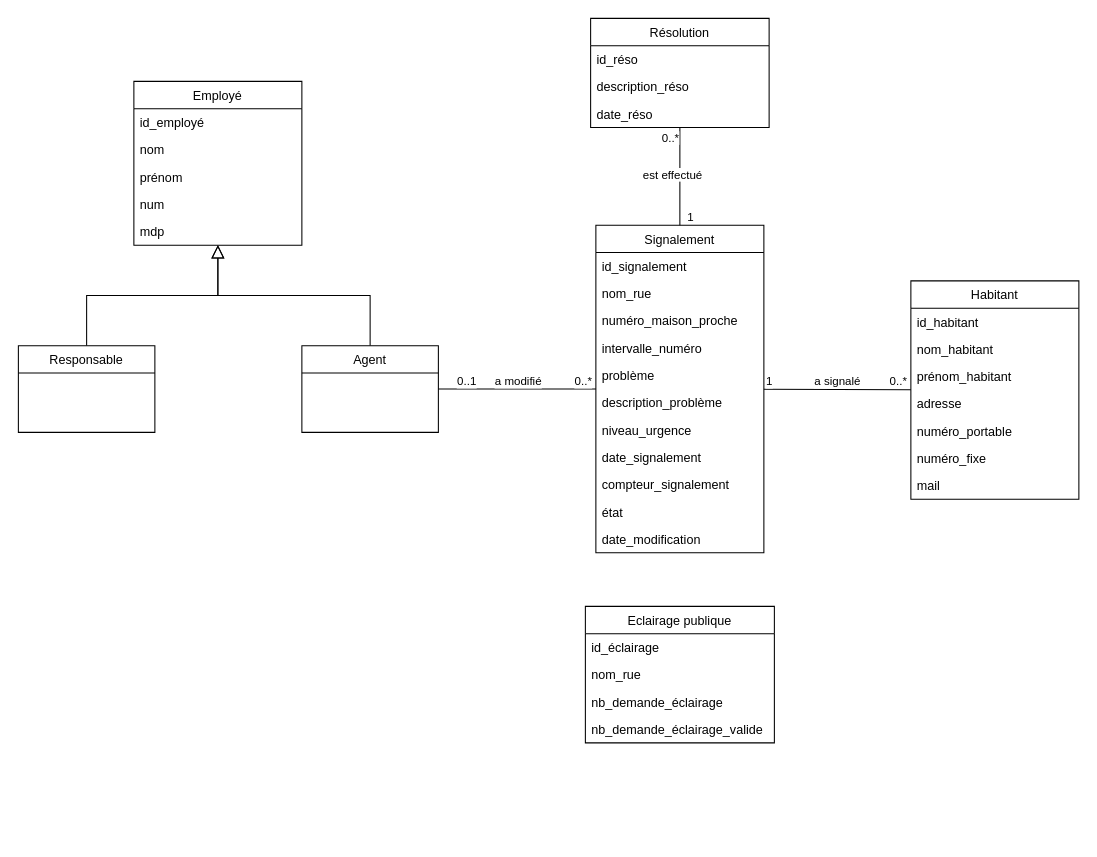
Igniiis/CSI_Projet keeps this draw.io diagram as projet_v3.drawio. Above is the earlier version. Source tidied: cells renumbered, new cells numbered last; positions are measured from the earlier drawing's top-left corner, leaving out a move shared by most shapes. Both pictures are drawn from the tidied source at 105%, with x=0, y=0 at pixel (18, 18).
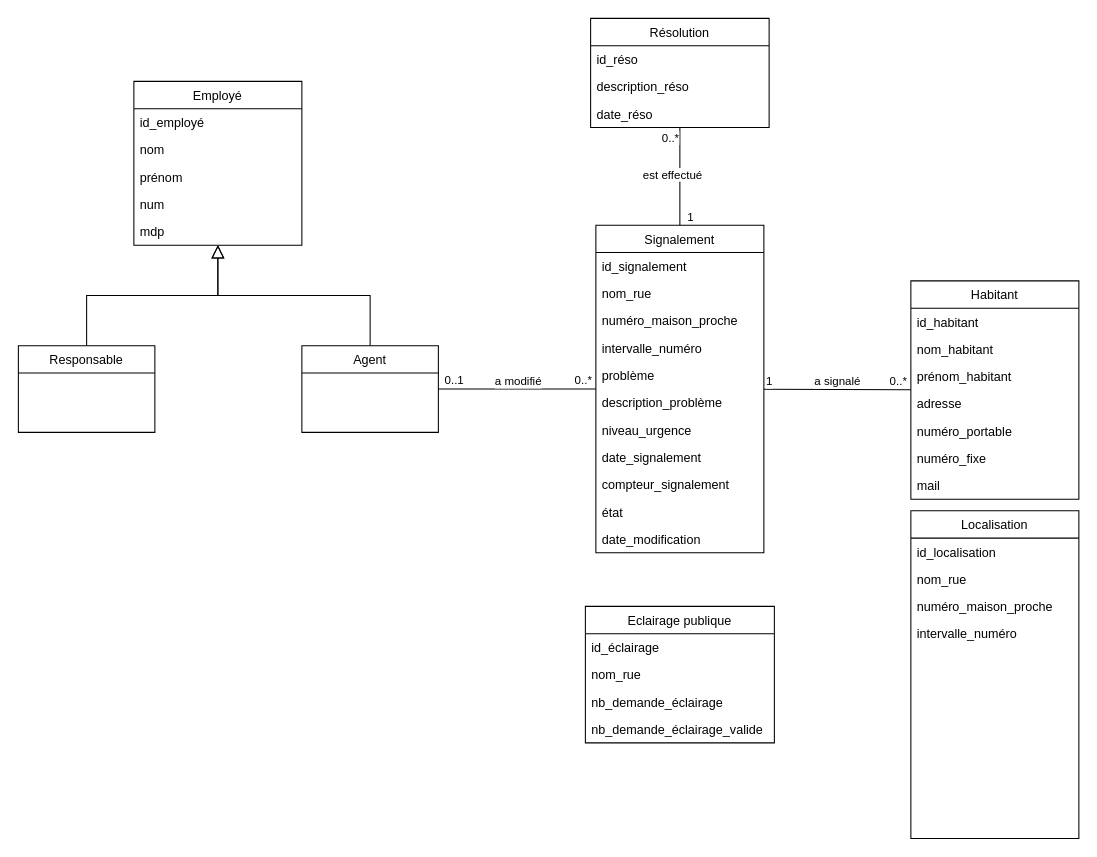
The same page after the edit.

Commit message:
Mettre à jour projet_v3.drawio

Unchanged cells that the change refers to:
```xml
<mxCell id="33" style="endArrow=none;html=1;rounded=0;" parent="1" edge="1" source="23" target="3">
  <mxGeometry relative="1" as="geometry" />
</mxCell>
```

The edit, as a diff of the source:
```diff
@@
     <mxCell id="34" value="0..1" style="edgeLabel;html=1;align=center;verticalAlign=middle;" parent="33" vertex="1">
       <mxGeometry x="0.76" y="1" relative="1" as="geometry">
-        <mxPoint x="-105" y="-7" as="offset" />
+        <mxPoint x="-117" y="-8" as="offset" />
       </mxGeometry>
     </mxCell>
     <mxCell id="35" value="0..*" style="edgeLabel;html=1;align=center;verticalAlign=middle;" parent="33" vertex="1">
       <mxGeometry x="0.86" relative="1" as="geometry">
-        <mxPoint x="-2" y="-8" as="offset" />
+        <mxPoint x="-2" y="-9" as="offset" />
       </mxGeometry>
     </mxCell>
@@
+    <mxCell id="53" value="Localisation" style="swimlane;fontStyle=0;align=center;verticalAlign=top;horizontal=1;startSize=26;rounded=0;shadow=0;strokeWidth=1;" parent="1" vertex="1">
+      <mxGeometry x="850" y="469" width="160" height="312" as="geometry" />
+    </mxCell>
+    <mxCell id="54" value="id_localisation" style="text;align=left;verticalAlign=top;spacingLeft=4;spacingRight=4;overflow=hidden;" parent="53" vertex="1">
+      <mxGeometry y="26" width="160" height="26" as="geometry" />
+    </mxCell>
+    <mxCell id="55" value="nom_rue" style="text;align=left;verticalAlign=top;spacingLeft=4;spacingRight=4;overflow=hidden;" parent="53" vertex="1">
+      <mxGeometry y="52" width="160" height="26" as="geometry" />
+    </mxCell>
+    <mxCell id="56" value="numéro_maison_proche" style="text;align=left;verticalAlign=top;spacingLeft=4;spacingRight=4;overflow=hidden;rounded=0;shadow=0;html=0;" parent="53" vertex="1">
+      <mxGeometry y="78" width="160" height="26" as="geometry" />
+    </mxCell>
+    <mxCell id="57" value="intervalle_numéro" style="text;align=left;verticalAlign=top;spacingLeft=4;spacingRight=4;overflow=hidden;rounded=0;shadow=0;html=0;" parent="53" vertex="1">
+      <mxGeometry y="104" width="160" height="26" as="geometry" />
+    </mxCell>
```
